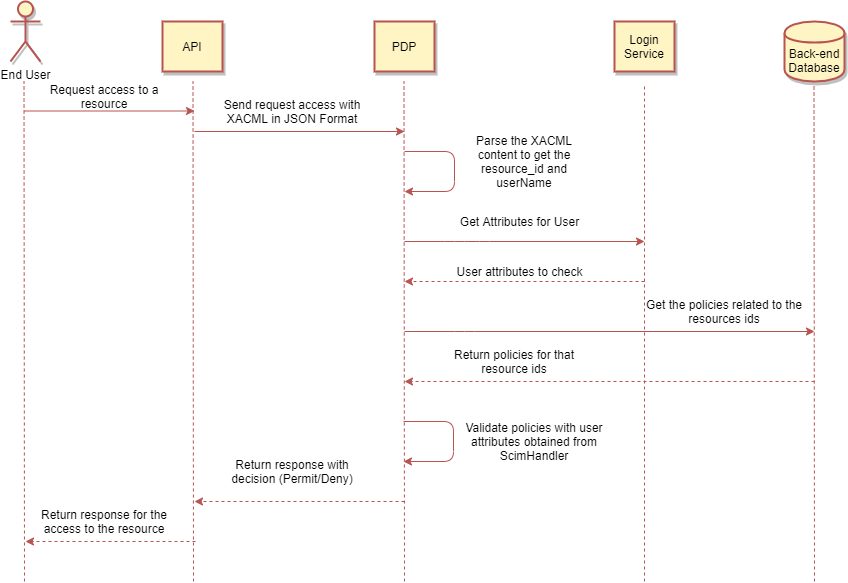
Earlier version of the draw.io export docs/images/Use_Case_PDP_final.png (EOEPCA/um-pdp-engine). Source tidied: cells renumbered, new cells last; positions are measured from the earlier drawing's top-left corner, leaving out a move shared by most shapes.
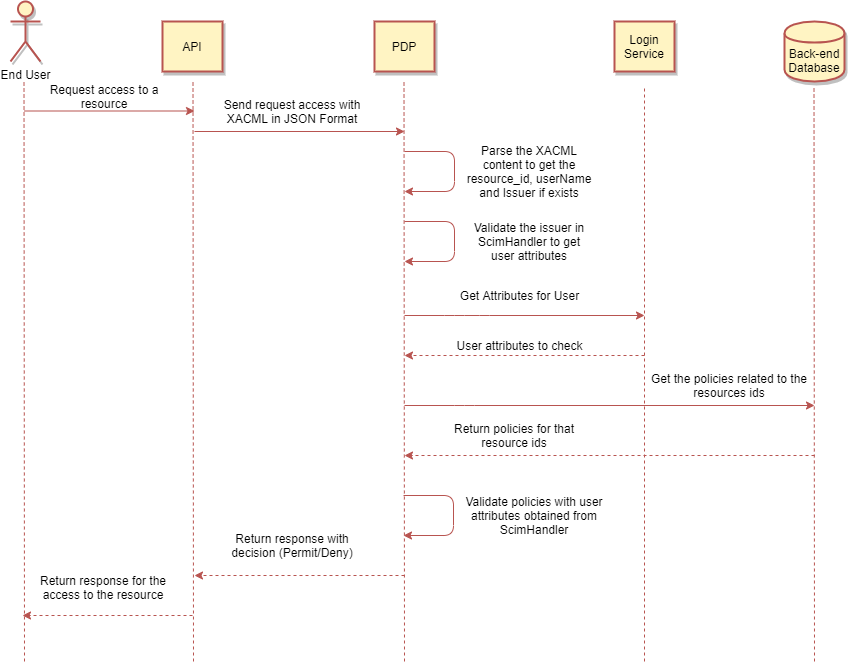
The same diagram one commit later.

Commit message:
EOEPCA-26: #comment Updated BB documentation

Diff of the diagram source:
```diff
@@ -7,7 +7,7 @@
     </mxCell>
     <mxCell id="3" style="endArrow=none;dashed=1;html=1;fillColor=#f8cecc;strokeColor=#b85450;" parent="1" edge="1">
       <mxGeometry relative="1" as="geometry">
-        <mxPoint x="14" y="580" as="sourcePoint" />
+        <mxPoint x="14" y="660" as="sourcePoint" />
         <mxPoint x="13.5" y="80" as="targetPoint" />
       </mxGeometry>
     </mxCell>
@@ -16,7 +16,7 @@
     </mxCell>
     <mxCell id="5" style="endArrow=none;dashed=1;html=1;fillColor=#f8cecc;strokeColor=#b85450;" parent="1" edge="1">
       <mxGeometry relative="1" as="geometry">
-        <mxPoint x="183" y="580" as="sourcePoint" />
+        <mxPoint x="183" y="660" as="sourcePoint" />
         <mxPoint x="182.5" y="80" as="targetPoint" />
       </mxGeometry>
     </mxCell>
@@ -25,7 +25,7 @@
     </mxCell>
     <mxCell id="7" style="endArrow=none;dashed=1;html=1;fillColor=#f8cecc;strokeColor=#b85450;" parent="1" edge="1">
       <mxGeometry relative="1" as="geometry">
-        <mxPoint x="394" y="580" as="sourcePoint" />
+        <mxPoint x="394" y="660" as="sourcePoint" />
         <mxPoint x="393.5" y="80" as="targetPoint" />
       </mxGeometry>
     </mxCell>
@@ -34,7 +34,7 @@
     </mxCell>
     <mxCell id="9" style="endArrow=none;dashed=1;html=1;fillColor=#f8cecc;strokeColor=#b85450;" parent="1" edge="1">
       <mxGeometry relative="1" as="geometry">
-        <mxPoint x="804" y="580" as="sourcePoint" />
+        <mxPoint x="804" y="660" as="sourcePoint" />
         <mxPoint x="803.5" y="85" as="targetPoint" />
       </mxGeometry>
     </mxCell>
@@ -57,42 +57,42 @@
         </Array>
       </mxGeometry>
     </mxCell>
-    <mxCell id="13" value="Parse the XACML content to get the resource_id and userName" style="text;html=1;strokeColor=none;fillColor=none;align=center;verticalAlign=middle;whiteSpace=wrap;rounded=0;shadow=1;" parent="1" vertex="1">
-      <mxGeometry x="454" y="130" width="120" height="60" as="geometry" />
+    <mxCell id="13" value="Parse the XACML content to get the resource_id, userName and Issuer if exists" style="text;html=1;strokeColor=none;fillColor=none;align=center;verticalAlign=middle;whiteSpace=wrap;rounded=0;shadow=1;" parent="1" vertex="1">
+      <mxGeometry x="454" y="140" width="130" height="60" as="geometry" />
     </mxCell>
     <mxCell id="14" style="endArrow=classic;html=1;shadow=0;fillColor=#f8cecc;strokeColor=#b85450;" parent="1" edge="1">
       <mxGeometry relative="1" as="geometry">
-        <mxPoint x="394" y="330" as="sourcePoint" />
-        <mxPoint x="804" y="330" as="targetPoint" />
+        <mxPoint x="394" y="404" as="sourcePoint" />
+        <mxPoint x="804" y="404" as="targetPoint" />
         <Array as="points">
-          <mxPoint x="454" y="330" />
+          <mxPoint x="454" y="404" />
         </Array>
       </mxGeometry>
     </mxCell>
     <mxCell id="15" value="Get the policies related to the resources ids" style="text;html=1;strokeColor=none;fillColor=none;align=center;verticalAlign=middle;whiteSpace=wrap;rounded=0;shadow=1;" parent="1" vertex="1">
-      <mxGeometry x="634" y="290" width="160" height="40" as="geometry" />
+      <mxGeometry x="639" y="364" width="160" height="40" as="geometry" />
     </mxCell>
     <mxCell id="16" style="endArrow=classic;html=1;shadow=0;fillColor=#f8cecc;strokeColor=#b85450;" parent="1" edge="1">
       <mxGeometry relative="1" as="geometry">
-        <mxPoint x="393" y="420" as="sourcePoint" />
-        <mxPoint x="393" y="460" as="targetPoint" />
+        <mxPoint x="393" y="494" as="sourcePoint" />
+        <mxPoint x="393" y="534" as="targetPoint" />
         <Array as="points">
-          <mxPoint x="443" y="420" />
-          <mxPoint x="443" y="460" />
+          <mxPoint x="443" y="494" />
+          <mxPoint x="443" y="534" />
         </Array>
       </mxGeometry>
     </mxCell>
     <mxCell id="17" value="Validate policies with user attributes obtained from ScimHandler" style="text;html=1;strokeColor=none;fillColor=none;align=center;verticalAlign=middle;whiteSpace=wrap;rounded=0;shadow=1;" parent="1" vertex="1">
-      <mxGeometry x="454" y="420" width="140" height="40" as="geometry" />
+      <mxGeometry x="454" y="494" width="140" height="40" as="geometry" />
     </mxCell>
     <mxCell id="18" style="endArrow=classic;html=1;shadow=0;dashed=1;fillColor=#f8cecc;strokeColor=#b85450;" parent="1" edge="1">
       <mxGeometry relative="1" as="geometry">
-        <mxPoint x="394" y="500" as="sourcePoint" />
-        <mxPoint x="184" y="500" as="targetPoint" />
+        <mxPoint x="394" y="574" as="sourcePoint" />
+        <mxPoint x="184" y="574" as="targetPoint" />
       </mxGeometry>
     </mxCell>
     <mxCell id="19" value="Return response with decision (Permit/Deny)" style="text;html=1;strokeColor=none;fillColor=none;align=center;verticalAlign=middle;whiteSpace=wrap;rounded=0;shadow=1;" parent="1" vertex="1">
-      <mxGeometry x="212" y="450" width="140" height="40" as="geometry" />
+      <mxGeometry x="212" y="524" width="140" height="40" as="geometry" />
     </mxCell>
     <mxCell id="20" style="endArrow=classic;html=1;shadow=0;fillColor=#f8cecc;strokeColor=#b85450;" parent="1" edge="1">
       <mxGeometry relative="1" as="geometry">
@@ -105,52 +105,65 @@
     </mxCell>
     <mxCell id="22" style="endArrow=classic;html=1;shadow=0;dashed=1;fillColor=#f8cecc;strokeColor=#b85450;" parent="1" edge="1">
       <mxGeometry relative="1" as="geometry">
-        <mxPoint x="185" y="540" as="sourcePoint" />
-        <mxPoint x="15" y="540" as="targetPoint" />
+        <mxPoint x="182" y="614" as="sourcePoint" />
+        <mxPoint x="12" y="614" as="targetPoint" />
       </mxGeometry>
     </mxCell>
     <mxCell id="23" value="Return response for the access to the resource" style="text;html=1;strokeColor=none;fillColor=none;align=center;verticalAlign=middle;whiteSpace=wrap;rounded=0;shadow=1;" parent="1" vertex="1">
-      <mxGeometry x="24" y="500" width="140" height="40" as="geometry" />
+      <mxGeometry x="23" y="566" width="140" height="40" as="geometry" />
     </mxCell>
     <mxCell id="24" style="endArrow=classic;html=1;shadow=0;fillColor=#f8cecc;strokeColor=#b85450;" parent="1" edge="1">
       <mxGeometry relative="1" as="geometry">
-        <mxPoint x="394" y="240" as="sourcePoint" />
-        <mxPoint x="634" y="240" as="targetPoint" />
+        <mxPoint x="394" y="314" as="sourcePoint" />
+        <mxPoint x="634" y="314" as="targetPoint" />
         <Array as="points">
-          <mxPoint x="444" y="240" />
-          <mxPoint x="469" y="240" />
+          <mxPoint x="444" y="314" />
+          <mxPoint x="469" y="314" />
         </Array>
       </mxGeometry>
     </mxCell>
     <mxCell id="25" value="Get Attributes for User" style="text;html=1;align=center;verticalAlign=middle;" parent="1" vertex="1">
-      <mxGeometry x="444" y="210" width="130" height="20" as="geometry" />
+      <mxGeometry x="444" y="284" width="130" height="20" as="geometry" />
     </mxCell>
     <mxCell id="26" value="Login Service" style="rounded=0;whiteSpace=wrap;html=1;shadow=1;strokeWidth=2;strokeColor=#b85450;fillColor=#FFF4C3;" parent="1" vertex="1">
       <mxGeometry x="604" y="20" width="60" height="50" as="geometry" />
     </mxCell>
     <mxCell id="27" style="endArrow=none;dashed=1;html=1;fillColor=#f8cecc;strokeColor=#b85450;" parent="1" edge="1">
       <mxGeometry relative="1" as="geometry">
-        <mxPoint x="634" y="580" as="sourcePoint" />
+        <mxPoint x="634" y="660" as="sourcePoint" />
         <mxPoint x="634" y="85" as="targetPoint" />
       </mxGeometry>
     </mxCell>
     <mxCell id="28" style="endArrow=classic;html=1;shadow=0;fillColor=#f8cecc;strokeColor=#b85450;dashed=1;" parent="1" edge="1">
       <mxGeometry relative="1" as="geometry">
-        <mxPoint x="634" y="280" as="sourcePoint" />
-        <mxPoint x="394" y="280" as="targetPoint" />
+        <mxPoint x="634" y="354" as="sourcePoint" />
+        <mxPoint x="394" y="354" as="targetPoint" />
       </mxGeometry>
     </mxCell>
     <mxCell id="29" value="User attributes to check" style="text;html=1;align=center;verticalAlign=middle;" parent="1" vertex="1">
-      <mxGeometry x="439" y="260" width="140" height="20" as="geometry" />
+      <mxGeometry x="439" y="334" width="140" height="20" as="geometry" />
     </mxCell>
     <mxCell id="30" style="endArrow=classic;html=1;shadow=0;fillColor=#f8cecc;strokeColor=#b85450;dashed=1;" parent="1" edge="1">
       <mxGeometry relative="1" as="geometry">
-        <mxPoint x="804" y="380" as="sourcePoint" />
-        <mxPoint x="394" y="380" as="targetPoint" />
+        <mxPoint x="804" y="454" as="sourcePoint" />
+        <mxPoint x="394" y="454" as="targetPoint" />
       </mxGeometry>
     </mxCell>
     <mxCell id="31" value="Return policies for that resource ids" style="text;html=1;strokeColor=none;fillColor=none;align=center;verticalAlign=middle;whiteSpace=wrap;rounded=0;shadow=1;" parent="1" vertex="1">
-      <mxGeometry x="424" y="340" width="160" height="40" as="geometry" />
+      <mxGeometry x="424" y="414" width="160" height="40" as="geometry" />
     </mxCell>
+    <mxCell id="32" style="endArrow=classic;html=1;shadow=0;fillColor=#f8cecc;strokeColor=#b85450;" parent="1" edge="1">
+      <mxGeometry relative="1" as="geometry">
+        <mxPoint x="394" y="220" as="sourcePoint" />
+        <mxPoint x="394" y="260" as="targetPoint" />
+        <Array as="points">
+          <mxPoint x="444" y="220" />
+          <mxPoint x="444" y="260" />
+        </Array>
+      </mxGeometry>
+    </mxCell>
+    <mxCell id="33" value="Validate the issuer in ScimHandler to get user attributes" style="text;html=1;strokeColor=none;fillColor=none;align=center;verticalAlign=middle;whiteSpace=wrap;rounded=0;shadow=1;" parent="1" vertex="1">
+      <mxGeometry x="454" y="210" width="130" height="60" as="geometry" />
+    </mxCell>
   </root>
 </mxGraphModel>
```
